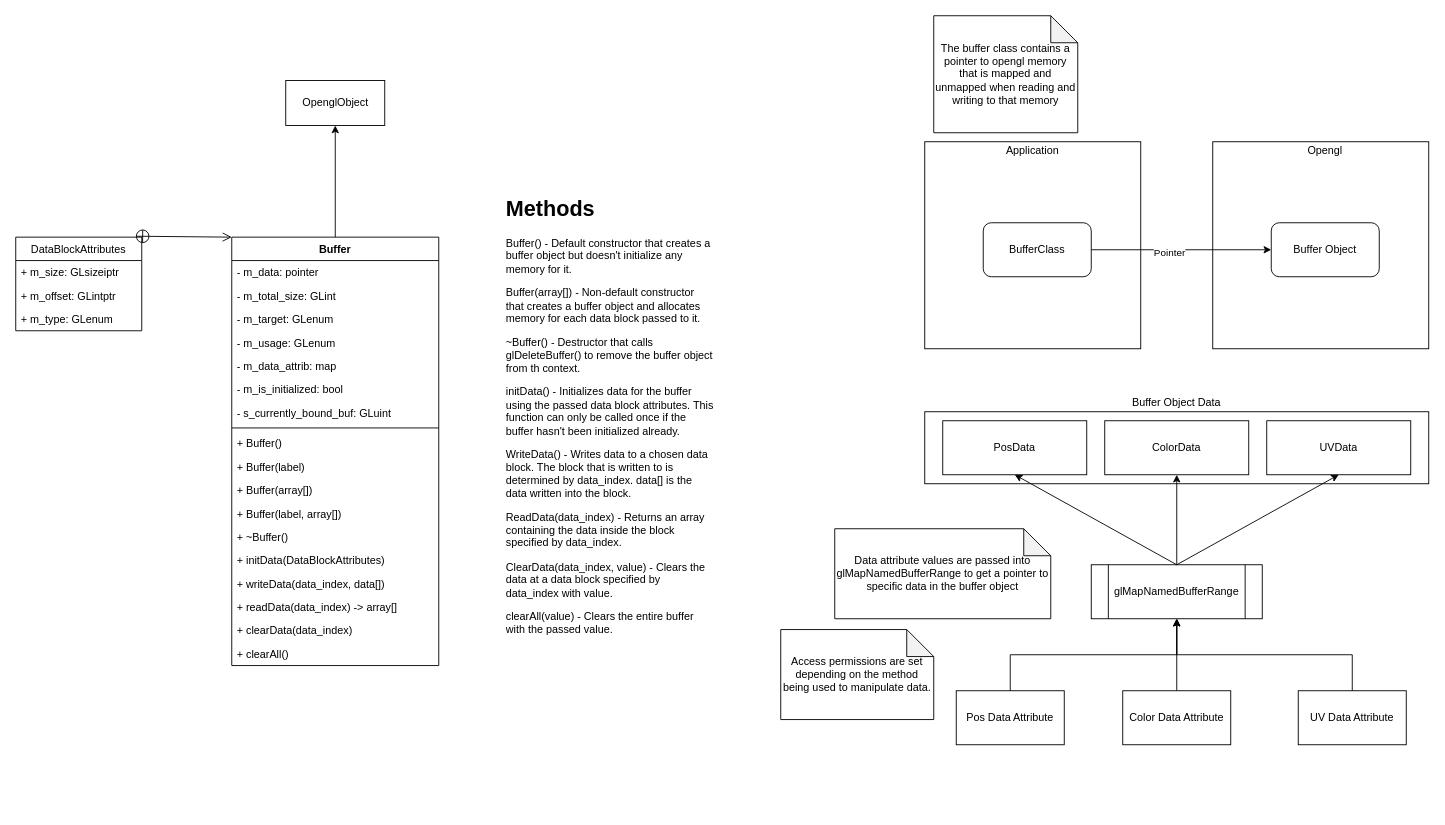
This is docs/buffer.drawio from LowFire/blazer3d, a draw.io file, before an edit. Source tidied: cells renumbered, new cells numbered last; positions are measured from the earlier drawing's top-left corner, leaving out a move shared by most shapes. Both pictures are drawn from the tidied source at 90%, with x=0, y=0 at pixel (15, 15).
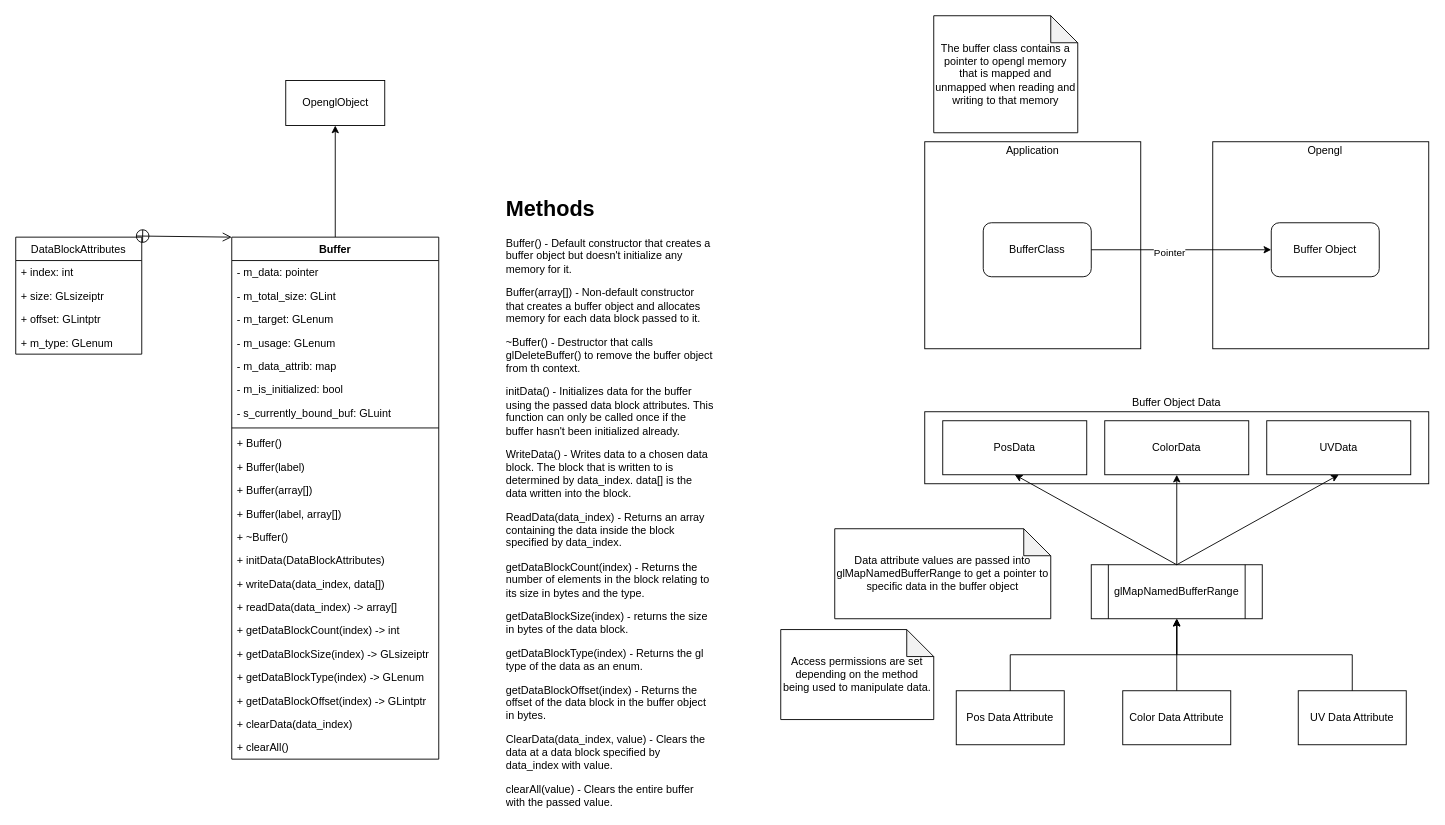
After the change.

The edit, as a diff of the source:
```diff
@@
     <mxCell id="3" value="Buffer" style="swimlane;fontStyle=1;align=center;verticalAlign=top;horizontal=1;startSize=26;" parent="1" vertex="1">
-      <mxGeometry x="240" y="246" width="230" height="476" as="geometry" />
+      <mxGeometry x="240" y="246" width="230" height="580" as="geometry" />
     </mxCell>
@@
+    <mxCell id="55" value="+ readData(data_index) -&gt; array[]" style="text;strokeColor=none;fillColor=none;align=left;verticalAlign=top;spacingLeft=4;spacingRight=4;overflow=hidden;" parent="3" vertex="1">
+      <mxGeometry y="398" width="230" height="26" as="geometry" />
+    </mxCell>
+    <mxCell id="56" value="+ getDataBlockCount(index) -&gt; int" style="text;strokeColor=none;fillColor=none;align=left;verticalAlign=top;spacingLeft=4;spacingRight=4;overflow=hidden;" parent="3" vertex="1">
+      <mxGeometry y="424" width="230" height="26" as="geometry" />
+    </mxCell>
+    <mxCell id="57" value="+ getDataBlockSize(index) -&gt; GLsizeiptr" style="text;strokeColor=none;fillColor=none;align=left;verticalAlign=top;spacingLeft=4;spacingRight=4;overflow=hidden;" parent="3" vertex="1">
+      <mxGeometry y="450" width="230" height="26" as="geometry" />
+    </mxCell>
+    <mxCell id="58" value="+ getDataBlockType(index) -&gt; GLenum" style="text;strokeColor=none;fillColor=none;align=left;verticalAlign=top;spacingLeft=4;spacingRight=4;overflow=hidden;" parent="3" vertex="1">
+      <mxGeometry y="476" width="230" height="26" as="geometry" />
+    </mxCell>
-    <mxCell id="19" value="+ readData(data_index) -&gt; array[]" style="text;strokeColor=none;fillColor=none;align=left;verticalAlign=top;spacingLeft=4;spacingRight=4;overflow=hidden;" parent="3" vertex="1">
-      <mxGeometry y="398" width="230" height="26" as="geometry" />
+    <mxCell id="19" value="+ getDataBlockOffset(index) -&gt; GLintptr" style="text;strokeColor=none;fillColor=none;align=left;verticalAlign=top;spacingLeft=4;spacingRight=4;overflow=hidden;" parent="3" vertex="1">
+      <mxGeometry y="502" width="230" height="26" as="geometry" />
     </mxCell>
     <mxCell id="20" value="+ clearData(data_index)" style="text;strokeColor=none;fillColor=none;align=left;verticalAlign=top;spacingLeft=4;spacingRight=4;overflow=hidden;" parent="3" vertex="1">
-      <mxGeometry y="424" width="230" height="26" as="geometry" />
+      <mxGeometry y="528" width="230" height="26" as="geometry" />
     </mxCell>
     <mxCell id="21" value="+ clearAll()" style="text;strokeColor=none;fillColor=none;align=left;verticalAlign=top;spacingLeft=4;spacingRight=4;overflow=hidden;" parent="3" vertex="1">
-      <mxGeometry y="450" width="230" height="26" as="geometry" />
+      <mxGeometry y="554" width="230" height="26" as="geometry" />
     </mxCell>
     <mxCell id="22" value="DataBlockAttributes" style="swimlane;fontStyle=0;horizontal=1;startSize=26;fillColor=none;" parent="1" vertex="1">
-      <mxGeometry y="246" width="140" height="104" as="geometry" />
+      <mxGeometry y="246" width="140" height="130" as="geometry" />
     </mxCell>
+    <mxCell id="59" value="+ index: int" style="text;strokeColor=none;fillColor=none;align=left;verticalAlign=top;spacingLeft=4;spacingRight=4;overflow=hidden;" parent="22" vertex="1">
+      <mxGeometry y="26" width="140" height="26" as="geometry" />
+    </mxCell>
-    <mxCell id="23" value="+ m_size: GLsizeiptr" style="text;strokeColor=none;fillColor=none;align=left;verticalAlign=top;spacingLeft=4;spacingRight=4;overflow=hidden;" parent="22" vertex="1">
-      <mxGeometry y="26" width="140" height="26" as="geometry" />
+    <mxCell id="23" value="+ size: GLsizeiptr" style="text;strokeColor=none;fillColor=none;align=left;verticalAlign=top;spacingLeft=4;spacingRight=4;overflow=hidden;" parent="22" vertex="1">
+      <mxGeometry y="52" width="140" height="26" as="geometry" />
     </mxCell>
-    <mxCell id="24" value="+ m_offset: GLintptr" style="text;strokeColor=none;fillColor=none;align=left;verticalAlign=top;spacingLeft=4;spacingRight=4;overflow=hidden;" parent="22" vertex="1">
-      <mxGeometry y="52" width="140" height="26" as="geometry" />
+    <mxCell id="24" value="+ offset: GLintptr" style="text;strokeColor=none;fillColor=none;align=left;verticalAlign=top;spacingLeft=4;spacingRight=4;overflow=hidden;" parent="22" vertex="1">
+      <mxGeometry y="78" width="140" height="26" as="geometry" />
     </mxCell>
     <mxCell id="25" value="+ m_type: GLenum" style="text;strokeColor=none;fillColor=none;align=left;verticalAlign=top;spacingLeft=4;spacingRight=4;overflow=hidden;" parent="22" vertex="1">
-      <mxGeometry y="78" width="140" height="26" as="geometry" />
+      <mxGeometry y="104" width="140" height="26" as="geometry" />
     </mxCell>
@@
-    <mxCell id="53" value="&lt;h1&gt;Methods&lt;/h1&gt;&lt;p&gt;Buffer() - Default constructor that creates a buffer object but doesn't initialize any memory for it.&lt;/p&gt;&lt;p&gt;Buffer(array[]) - Non-default constructor that creates a buffer object and allocates memory for each data block passed to it.&lt;/p&gt;&lt;p&gt;~Buffer() - Destructor that calls glDeleteBuffer() to remove the buffer object from th context.&lt;/p&gt;&lt;p&gt;initData() - Initializes data for the buffer using the passed data block attributes. This function can only be called once if the buffer hasn't been initialized already.&lt;/p&gt;&lt;p&gt;WriteData() - Writes data to a chosen data block. The block that is written to is determined by data_index. data[] is the data written into the block.&lt;/p&gt;&lt;p&gt;ReadData(data_index) - Returns an array containing the data inside the block specified by data_index.&lt;/p&gt;&lt;p&gt;ClearData(data_index, value) - Clears the data at a data block specified by data_index with value.&lt;/p&gt;&lt;p&gt;clearAll(value) - Clears the entire buffer with the passed value.&lt;/p&gt;" style="text;html=1;strokeColor=none;fillColor=none;spacing=5;spacingTop=-20;whiteSpace=wrap;overflow=hidden;rounded=0;" parent="1" vertex="1">
-      <mxGeometry x="540" y="195" width="240" height="507" as="geometry" />
+    <mxCell id="53" value="&lt;h1&gt;Methods&lt;/h1&gt;&lt;p&gt;Buffer() - Default constructor that creates a buffer object but doesn't initialize any memory for it.&lt;/p&gt;&lt;p&gt;Buffer(array[]) - Non-default constructor that creates a buffer object and allocates memory for each data block passed to it.&lt;/p&gt;&lt;p&gt;~Buffer() - Destructor that calls glDeleteBuffer() to remove the buffer object from th context.&lt;/p&gt;&lt;p&gt;initData() - Initializes data for the buffer using the passed data block attributes. This function can only be called once if the buffer hasn't been initialized already.&lt;/p&gt;&lt;p&gt;WriteData() - Writes data to a chosen data block. The block that is written to is determined by data_index. data[] is the data written into the block.&lt;/p&gt;&lt;p&gt;ReadData(data_index) - Returns an array containing the data inside the block specified by data_index.&lt;/p&gt;&lt;p&gt;getDataBlockCount(index) - Returns the number of elements in the block relating to its size in bytes and the type.&lt;/p&gt;&lt;p&gt;getDataBlockSize(index) - returns the size in bytes of the data block.&lt;/p&gt;&lt;p&gt;getDataBlockType(index) - Returns the gl type of the data as an enum.&lt;/p&gt;&lt;p&gt;getDataBlockOffset(index) - Returns the offset of the data block in the buffer object in bytes.&lt;/p&gt;&lt;p&gt;ClearData(data_index, value) - Clears the data at a data block specified by data_index with value.&lt;/p&gt;&lt;p&gt;clearAll(value) - Clears the entire buffer with the passed value.&lt;/p&gt;" style="text;html=1;strokeColor=none;fillColor=none;spacing=5;spacingTop=-20;whiteSpace=wrap;overflow=hidden;rounded=0;" parent="1" vertex="1">
+      <mxGeometry x="540" y="195" width="240" height="687" as="geometry" />
     </mxCell>
```
